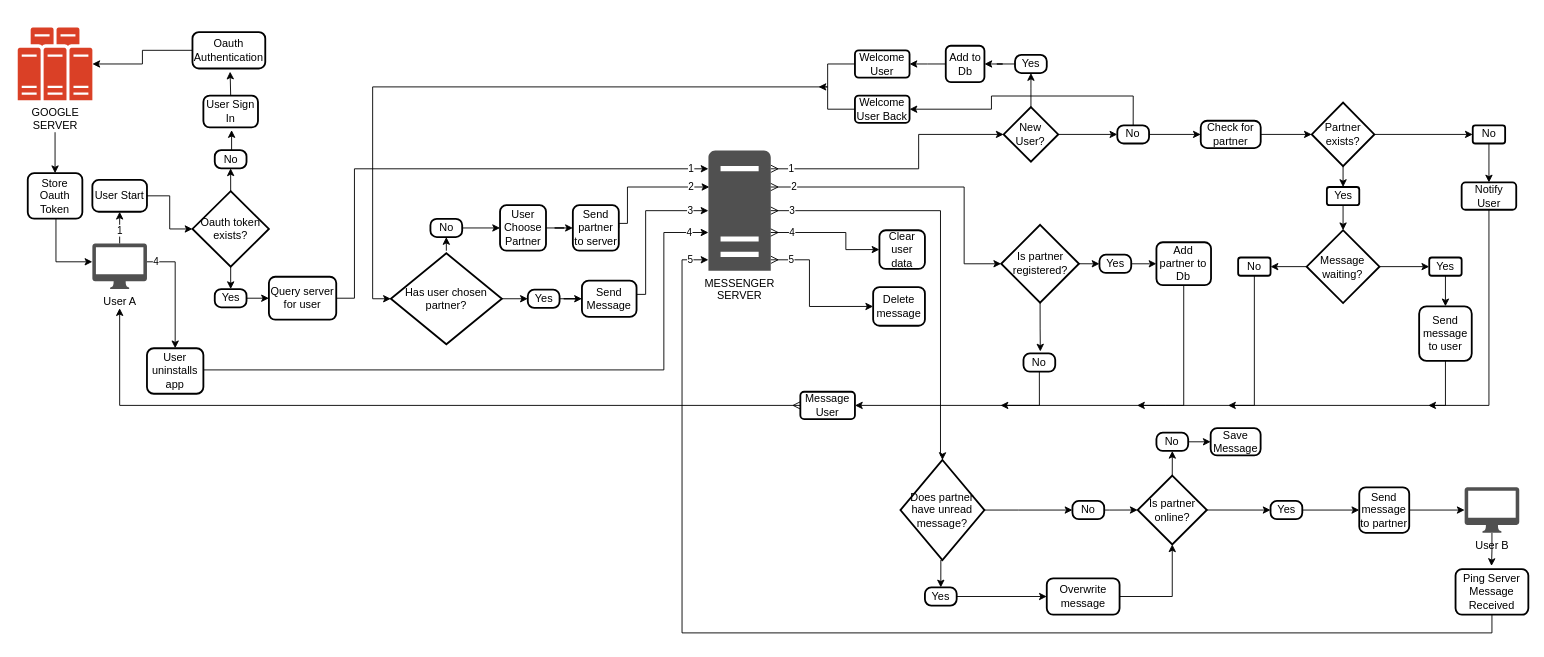
Before: mini_messenger_flowchart.drawio in gitupwithit/mini_messenger_extension, a draw.io diagram. Source tidied: cells renumbered, new cells numbered last; positions are measured from the earlier drawing's top-left corner, leaving out a move shared by most shapes. Both pictures are drawn from the tidied source at 91%, with x=0, y=0 at pixel (17, 27).
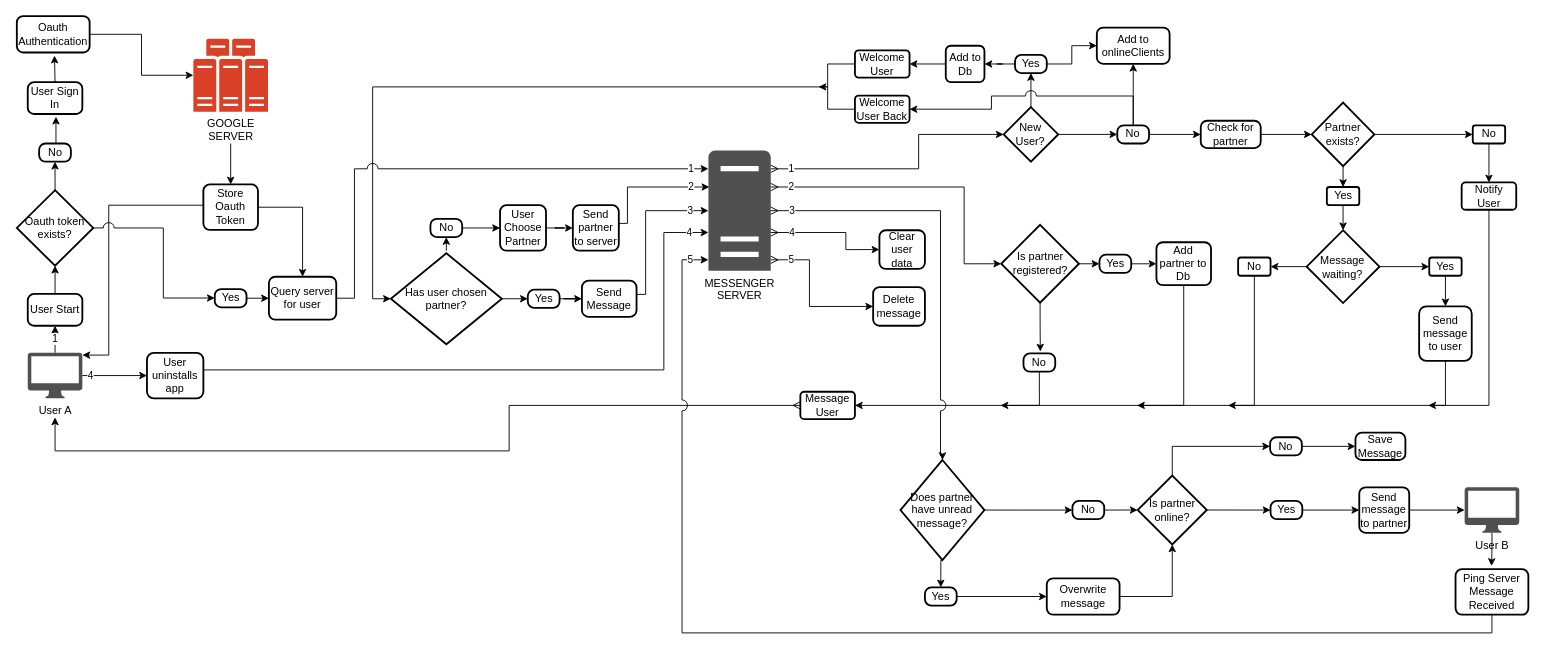
Above is the later version.

The change refers to these unchanged cells:
```xml
<mxCell id="8" value="MESSENGER&lt;br&gt;SERVER" style="sketch=0;shadow=0;dashed=0;html=1;strokeColor=none;fillColor=#505050;labelPosition=center;verticalLabelPosition=bottom;verticalAlign=top;outlineConnect=0;align=center;shape=mxgraph.office.servers.server_generic;points=[[0.11,0.94,0,0,0],[0.5,1,0,0,34],[1,1,0,2,3]];" parent="1" vertex="1">
  <mxGeometry x="759" y="135" width="68.5" height="132" as="geometry" />
</mxCell>
<mxCell id="17" value="Yes" style="rounded=1;whiteSpace=wrap;html=1;absoluteArcSize=1;arcSize=14;strokeWidth=2;" parent="1" vertex="1">
  <mxGeometry x="1095.9" y="29.8" width="34.9" height="20" as="geometry" />
</mxCell>
<mxCell id="20" value="No" style="rounded=1;whiteSpace=wrap;html=1;absoluteArcSize=1;arcSize=14;strokeWidth=2;" parent="1" vertex="1">
  <mxGeometry x="1208.3" y="107.2" width="34.9" height="20" as="geometry" />
</mxCell>
<mxCell id="26" value="Welcome&lt;div&gt;User&lt;/div&gt;" style="whiteSpace=wrap;html=1;rounded=1;arcSize=14;strokeWidth=2;" parent="1" vertex="1">
  <mxGeometry x="920" y="24.8" width="60" height="30" as="geometry" />
</mxCell>
<mxCell id="46" value="Has user chosen partner?" style="strokeWidth=2;html=1;shape=mxgraph.flowchart.decision;whiteSpace=wrap;" parent="1" vertex="1">
  <mxGeometry x="410" y="247.8" width="122" height="100" as="geometry" />
</mxCell>
<mxCell id="56" value="&lt;span style=&quot;background-color: initial;&quot;&gt;Is partner registered?&lt;/span&gt;" style="strokeWidth=2;html=1;shape=mxgraph.flowchart.decision;whiteSpace=wrap;" parent="1" vertex="1">
  <mxGeometry x="1080.7" y="216.6" width="85.5" height="85.5" as="geometry" />
</mxCell>
<mxCell id="68" value="&lt;span style=&quot;background-color: initial;&quot;&gt;Is partner online?&lt;/span&gt;" style="strokeWidth=2;html=1;shape=mxgraph.flowchart.decision;whiteSpace=wrap;" parent="1" vertex="1">
  <mxGeometry x="1230.7" y="492.2" width="76" height="75.5" as="geometry" />
</mxCell>
<mxCell id="82" value="&lt;span style=&quot;background-color: initial;&quot;&gt;Does partner have unread message?&lt;/span&gt;" style="strokeWidth=2;html=1;shape=mxgraph.flowchart.decision;whiteSpace=wrap;" parent="1" vertex="1">
  <mxGeometry x="970" y="475" width="92.3" height="110" as="geometry" />
</mxCell>
<mxCell id="87" value="Message User" style="whiteSpace=wrap;html=1;rounded=1;arcSize=14;strokeWidth=2;" parent="1" vertex="1">
  <mxGeometry x="860" y="400" width="60" height="30" as="geometry" />
</mxCell>
<mxCell id="98" value="Ping Server Message Received" style="rounded=1;whiteSpace=wrap;html=1;absoluteArcSize=1;arcSize=14;strokeWidth=2;" parent="1" vertex="1">
  <mxGeometry x="1580" y="595" width="80" height="50" as="geometry" />
</mxCell>
<mxCell id="104" value="Yes" style="rounded=1;whiteSpace=wrap;html=1;absoluteArcSize=1;arcSize=14;strokeWidth=2;" parent="1" vertex="1">
  <mxGeometry x="216.5" y="287.2" width="34.9" height="20" as="geometry" />
</mxCell>
<mxCell id="112" value="Query server for user" style="rounded=1;whiteSpace=wrap;html=1;absoluteArcSize=1;arcSize=14;strokeWidth=2;" parent="1" vertex="1">
  <mxGeometry x="276" y="273.6" width="74" height="47.2" as="geometry" />
</mxCell>
<mxCell id="114" value="Welcome&lt;div&gt;User Back&lt;/div&gt;" style="whiteSpace=wrap;html=1;rounded=1;arcSize=14;strokeWidth=2;" parent="1" vertex="1">
  <mxGeometry x="920" y="74.5" width="60" height="30" as="geometry" />
</mxCell>
```

Diff of the diagram source:
```diff
@@
-    <mxCell id="2" value="1" style="edgeStyle=orthogonalEdgeStyle;rounded=0;jettySize=auto;html=1;entryX=0.5;entryY=1;entryDx=0;entryDy=0;" parent="1" edge="1" source="4" target="5">
-      <mxGeometry x="-0.2" relative="1" as="geometry">
-        <Array as="points">
-          <mxPoint x="112" y="217.2" />
-          <mxPoint x="112" y="217.2" />
-        </Array>
-      </mxGeometry>
+    <mxCell id="2" value="&lt;div&gt;1&lt;/div&gt;" style="edgeStyle=orthogonalEdgeStyle;rounded=0;jettySize=auto;html=1;entryX=0.5;entryY=1;entryDx=0;entryDy=0;" parent="1" edge="1" source="4" target="5">
+      <mxGeometry relative="1" as="geometry" />
     </mxCell>
-    <mxCell id="3" value="4" style="edgeStyle=orthogonalEdgeStyle;rounded=0;jettySize=auto;html=1;entryX=0.5;entryY=0;entryDx=0;entryDy=0;" parent="1" edge="1" source="4" target="92">
-      <mxGeometry x="-0.84" relative="1" as="geometry">
-        <Array as="points">
-          <mxPoint x="173" y="257.2" />
-        </Array>
-      </mxGeometry>
+    <mxCell id="3" value="4" style="edgeStyle=orthogonalEdgeStyle;rounded=0;jettySize=auto;html=1;entryX=0;entryY=0.5;entryDx=0;entryDy=0;" parent="1" edge="1" source="4" target="92">
+      <mxGeometry x="-0.75" relative="1" as="geometry" />
     </mxCell>
     <mxCell id="4" value="User A" style="sketch=0;shadow=0;dashed=0;html=1;strokeColor=none;fillColor=#505050;labelPosition=center;verticalLabelPosition=bottom;verticalAlign=top;outlineConnect=0;align=center;shape=mxgraph.office.devices.mac_client;points=[[0.02,0.06,0,0,0],[0.5,1,0,0,21]];" parent="1" vertex="1">
-      <mxGeometry x="82" y="237.2" width="60" height="50" as="geometry" />
+      <mxGeometry x="11" y="357.2" width="60" height="50" as="geometry" />
     </mxCell>
     <mxCell id="5" value="User Start" style="rounded=1;whiteSpace=wrap;html=1;absoluteArcSize=1;arcSize=14;strokeWidth=2;" parent="1" vertex="1">
-      <mxGeometry x="82" y="167.2" width="60" height="35" as="geometry" />
+      <mxGeometry x="11" y="292.5" width="60" height="35" as="geometry" />
     </mxCell>
@@
     <mxCell id="10" value="GOOGLE&lt;br&gt;SERVER" style="sketch=0;shadow=0;dashed=0;html=1;strokeColor=none;fillColor=#505050;labelPosition=center;verticalLabelPosition=bottom;verticalAlign=top;outlineConnect=0;align=center;shape=mxgraph.office.servers.server_farm;fillColor=#DA4026;points=[[0,0.84,0,-3,0],[0.5,1,0,0,35]];" parent="1" vertex="1">
-      <mxGeometry y="-0.2" width="82" height="80" as="geometry" />
+      <mxGeometry x="193" y="12.2" width="82" height="80" as="geometry" />
     </mxCell>
     <mxCell id="11" value="Oauth&lt;div&gt;&lt;span style=&quot;background-color: initial;&quot;&gt;Authentication&lt;/span&gt;&lt;/div&gt;" style="rounded=1;whiteSpace=wrap;html=1;absoluteArcSize=1;arcSize=14;strokeWidth=2;" parent="1" vertex="1">
-      <mxGeometry x="192" y="4.8" width="80" height="40" as="geometry" />
+      <mxGeometry x="-1" y="-12.8" width="80" height="40" as="geometry" />
     </mxCell>
-    <mxCell id="12" style="edgeStyle=orthogonalEdgeStyle;rounded=0;jettySize=auto;html=1;exitX=0.5;exitY=0;exitDx=0;exitDy=0;" parent="1" edge="1" source="13" target="4">
+    <mxCell id="12" style="edgeStyle=orthogonalEdgeStyle;rounded=0;jettySize=auto;html=1;exitX=1;exitY=0.5;exitDx=0;exitDy=0;entryX=0.5;entryY=0;entryDx=0;entryDy=0;" parent="1" edge="1" source="13" target="112">
       <mxGeometry relative="1" as="geometry">
         <Array as="points">
-          <mxPoint x="42" y="257.2" />
+          <mxPoint x="313" y="197" />
         </Array>
       </mxGeometry>
     </mxCell>
+    <mxCell id="115" style="edgeStyle=orthogonalEdgeStyle;rounded=0;orthogonalLoop=1;jettySize=auto;html=1;exitX=0;exitY=0.5;exitDx=0;exitDy=0;jumpStyle=arc;jumpSize=12;flowAnimation=1;" parent="1" edge="1">
+      <mxGeometry relative="1" as="geometry">
+        <mxPoint x="204" y="175" as="sourcePoint" />
+        <mxPoint x="71" y="359.7" as="targetPoint" />
+        <Array as="points">
+          <mxPoint x="204" y="195" />
+          <mxPoint x="100" y="195" />
+          <mxPoint x="100" y="360" />
+        </Array>
+      </mxGeometry>
+    </mxCell>
     <mxCell id="13" value="Store&lt;div&gt;Oauth&lt;/div&gt;&lt;div&gt;Token&lt;/div&gt;" style="rounded=1;whiteSpace=wrap;html=1;absoluteArcSize=1;arcSize=14;strokeWidth=2;" parent="1" vertex="1">
-      <mxGeometry x="11" y="159.8" width="60" height="50" as="geometry" />
+      <mxGeometry x="204" y="172.2" width="60" height="50" as="geometry" />
     </mxCell>
@@
+    <mxCell id="116" style="edgeStyle=orthogonalEdgeStyle;rounded=0;jettySize=auto;html=1;exitX=1;exitY=0.5;exitDx=0;exitDy=0;entryX=0;entryY=0.5;entryDx=0;entryDy=0;" parent="1" edge="1" source="17" target="118">
+      <mxGeometry relative="1" as="geometry" />
+    </mxCell>
@@
-    <mxCell id="19" style="edgeStyle=orthogonalEdgeStyle;rounded=0;jettySize=auto;html=1;exitX=0.5;exitY=0;exitDx=0;exitDy=0;entryX=1;entryY=0.5;entryDx=0;entryDy=0;" parent="1" edge="1" source="20" target="114">
+    <mxCell id="19" style="edgeStyle=orthogonalEdgeStyle;rounded=0;jettySize=auto;html=1;exitX=0.5;exitY=0;exitDx=0;exitDy=0;entryX=1;entryY=0.5;entryDx=0;entryDy=0;jumpStyle=arc;jumpSize=12;" parent="1" edge="1" source="20" target="114">
       <mxGeometry relative="1" as="geometry">
         <Array as="points">
           <mxPoint x="1226" y="75" />
           <mxPoint x="1070" y="75" />
           <mxPoint x="1070" y="90" />
         </Array>
       </mxGeometry>
     </mxCell>
+    <mxCell id="117" style="edgeStyle=orthogonalEdgeStyle;rounded=0;jettySize=auto;html=1;entryX=0.5;entryY=1;entryDx=0;entryDy=0;" parent="1" edge="1" source="20" target="118">
+      <mxGeometry relative="1" as="geometry" />
+    </mxCell>
@@
     <mxCell id="24" style="edgeStyle=orthogonalEdgeStyle;rounded=0;jettySize=auto;html=1;exitX=0;exitY=0.5;exitDx=0;exitDy=0;entryX=0.5;entryY=1;entryDx=0;entryDy=21;entryPerimeter=0;startArrow=ERmany;startFill=0;flowAnimation=1;" parent="1" edge="1" source="87" target="4">
       <mxGeometry relative="1" as="geometry">
         <Array as="points">
-          <mxPoint x="112" y="415" />
+          <mxPoint x="540" y="415" />
+          <mxPoint x="540" y="465" />
+          <mxPoint x="41" y="465" />
         </Array>
       </mxGeometry>
     </mxCell>
-    <mxCell id="25" style="edgeStyle=orthogonalEdgeStyle;rounded=0;jettySize=auto;html=1;flowAnimation=1;entryX=0;entryY=0.5;entryDx=0;entryDy=0;entryPerimeter=0;exitX=0;exitY=0.5;exitDx=0;exitDy=0;" parent="1" edge="1" source="26" target="46">
+    <mxCell id="25" style="edgeStyle=orthogonalEdgeStyle;rounded=0;jettySize=auto;html=1;flowAnimation=1;entryX=0;entryY=0.5;entryDx=0;entryDy=0;entryPerimeter=0;exitX=0;exitY=0.5;exitDx=0;exitDy=0;jumpStyle=arc;jumpSize=12;" parent="1" edge="1" source="26" target="46">
       <mxGeometry relative="1" as="geometry">
         <Array as="points">
           <mxPoint x="890" y="40" />
           <mxPoint x="890" y="65" />
           <mxPoint x="390" y="65" />
           <mxPoint x="390" y="298" />
           <mxPoint x="410" y="298" />
         </Array>
       </mxGeometry>
     </mxCell>
@@
     <mxCell id="57" value="2" style="edgeStyle=orthogonalEdgeStyle;rounded=0;jettySize=auto;html=1;entryX=0;entryY=0.5;entryDx=0;entryDy=0;entryPerimeter=0;startArrow=ERmany;startFill=0;" parent="1" edge="1" source="8" target="56">
-      <mxGeometry x="-0.85" relative="1" as="geometry">
+      <mxGeometry x="-0.87" relative="1" as="geometry">
         <Array as="points">
           <mxPoint x="1040" y="175" />
           <mxPoint x="1040" y="259" />
           <mxPoint x="1081" y="259" />
         </Array>
       </mxGeometry>
     </mxCell>
@@
-    <mxCell id="67" style="edgeStyle=orthogonalEdgeStyle;rounded=0;jettySize=auto;html=1;exitX=0.5;exitY=0;exitDx=0;exitDy=0;exitPerimeter=0;entryX=0.5;entryY=1;entryDx=0;entryDy=0;" parent="1" edge="1" source="68" target="72">
+    <mxCell id="67" style="edgeStyle=orthogonalEdgeStyle;rounded=0;jettySize=auto;html=1;exitX=0.5;exitY=0;exitDx=0;exitDy=0;exitPerimeter=0;entryX=0;entryY=0.5;entryDx=0;entryDy=0;" parent="1" edge="1" source="68" target="72">
       <mxGeometry relative="1" as="geometry" />
     </mxCell>
@@
     <mxCell id="72" value="No" style="rounded=1;whiteSpace=wrap;html=1;absoluteArcSize=1;arcSize=14;strokeWidth=2;" parent="1" vertex="1">
-      <mxGeometry x="1251.3" y="445" width="34.9" height="20" as="geometry" />
+      <mxGeometry x="1376.2" y="450" width="34.9" height="20" as="geometry" />
     </mxCell>
@@
-    <mxCell id="74" value="3" style="edgeStyle=orthogonalEdgeStyle;rounded=0;jettySize=auto;html=1;entryX=0.5;entryY=0;entryDx=0;entryDy=0;entryPerimeter=0;startArrow=ERmany;startFill=0;" parent="1" edge="1" source="8" target="82">
+    <mxCell id="74" value="3" style="edgeStyle=orthogonalEdgeStyle;rounded=0;jettySize=auto;html=1;entryX=0.5;entryY=0;entryDx=0;entryDy=0;entryPerimeter=0;startArrow=ERmany;startFill=0;jumpStyle=arc;jumpSize=12;" parent="1" edge="1" source="8" target="82">
       <mxGeometry x="-0.9" relative="1" as="geometry">
         <Array as="points">
           <mxPoint x="1014" y="201" />
           <mxPoint x="1014" y="470" />
         </Array>
       </mxGeometry>
     </mxCell>
@@
     <mxCell id="79" value="Save Message" style="rounded=1;whiteSpace=wrap;html=1;absoluteArcSize=1;arcSize=14;strokeWidth=2;" parent="1" vertex="1">
-      <mxGeometry x="1310.9" y="440" width="54.9" height="30" as="geometry" />
+      <mxGeometry x="1470" y="445" width="54.9" height="30" as="geometry" />
     </mxCell>
@@
     <mxCell id="92" value="User uninstalls app" style="rounded=1;whiteSpace=wrap;html=1;absoluteArcSize=1;arcSize=15;strokeWidth=2;" parent="1" vertex="1">
-      <mxGeometry x="142" y="352.2" width="62" height="50" as="geometry" />
+      <mxGeometry x="142" y="357.2" width="62" height="50" as="geometry" />
     </mxCell>
@@
-    <mxCell id="97" value="5" style="edgeStyle=orthogonalEdgeStyle;rounded=0;jettySize=auto;html=1;exitX=0.5;exitY=1;exitDx=0;exitDy=0;" parent="1" edge="1" source="98" target="8">
+    <mxCell id="97" value="5" style="edgeStyle=orthogonalEdgeStyle;rounded=0;jettySize=auto;html=1;exitX=0.5;exitY=1;exitDx=0;exitDy=0;jumpStyle=arc;jumpSize=12;" parent="1" edge="1" source="98" target="8">
       <mxGeometry x="0.97" relative="1" as="geometry">
         <Array as="points">
           <mxPoint x="1620" y="665" />
           <mxPoint x="730" y="665" />
           <mxPoint x="730" y="255" />
         </Array>
       </mxGeometry>
     </mxCell>
@@
-    <mxCell id="101" style="edgeStyle=orthogonalEdgeStyle;rounded=0;jettySize=auto;html=1;exitX=0.5;exitY=1;exitDx=0;exitDy=0;exitPerimeter=0;" parent="1" edge="1" source="102" target="104">
-      <mxGeometry relative="1" as="geometry" />
+    <mxCell id="101" style="edgeStyle=orthogonalEdgeStyle;rounded=0;jettySize=auto;html=1;exitX=1;exitY=0.5;exitDx=0;exitDy=0;exitPerimeter=0;jumpStyle=arc;jumpSize=12;" parent="1" edge="1" source="102" target="104">
+      <mxGeometry relative="1" as="geometry">
+        <Array as="points">
+          <mxPoint x="160" y="220" />
+          <mxPoint x="160" y="297" />
+        </Array>
+      </mxGeometry>
     </mxCell>
     <mxCell id="102" value="Oauth token exists?" style="strokeWidth=2;html=1;shape=mxgraph.flowchart.decision;whiteSpace=wrap;" parent="1" vertex="1">
-      <mxGeometry x="192" y="179.6" width="84" height="83" as="geometry" />
+      <mxGeometry x="-1" y="178.5" width="84" height="83" as="geometry" />
     </mxCell>
@@
     <mxCell id="105" value="No" style="rounded=1;whiteSpace=wrap;html=1;absoluteArcSize=1;arcSize=14;strokeWidth=2;" parent="1" vertex="1">
-      <mxGeometry x="216.5" y="134.5" width="34.9" height="20" as="geometry" />
+      <mxGeometry x="23.5" y="127.2" width="34.9" height="20" as="geometry" />
     </mxCell>
-    <mxCell id="106" style="edgeStyle=orthogonalEdgeStyle;rounded=0;jettySize=auto;html=1;exitX=1;exitY=0.5;exitDx=0;exitDy=0;entryX=0;entryY=0.5;entryDx=0;entryDy=0;entryPerimeter=0;" parent="1" edge="1" source="5" target="102">
+    <mxCell id="106" style="edgeStyle=orthogonalEdgeStyle;rounded=0;jettySize=auto;html=1;exitX=0.5;exitY=0;exitDx=0;exitDy=0;entryX=0.5;entryY=1;entryDx=0;entryDy=0;entryPerimeter=0;" parent="1" edge="1" source="5" target="102">
       <mxGeometry relative="1" as="geometry" />
     </mxCell>
@@
-    <mxCell id="108" style="edgeStyle=orthogonalEdgeStyle;rounded=0;jettySize=auto;html=1;exitX=0;exitY=0.5;exitDx=0;exitDy=0;" parent="1" edge="1" source="11" target="10">
+    <mxCell id="108" style="edgeStyle=orthogonalEdgeStyle;rounded=0;jettySize=auto;html=1;exitX=1;exitY=0.5;exitDx=0;exitDy=0;" parent="1" edge="1" source="11" target="10">
       <mxGeometry relative="1" as="geometry" />
     </mxCell>
@@
     <mxCell id="110" value="User Sign In" style="rounded=1;whiteSpace=wrap;html=1;absoluteArcSize=1;arcSize=14;strokeWidth=2;" parent="1" vertex="1">
-      <mxGeometry x="204" y="74.5" width="60" height="35" as="geometry" />
+      <mxGeometry x="11" y="59.8" width="60" height="35" as="geometry" />
     </mxCell>
-    <mxCell id="111" value="1" style="edgeStyle=orthogonalEdgeStyle;rounded=0;jettySize=auto;html=1;exitX=1;exitY=0.5;exitDx=0;exitDy=0;" parent="1" edge="1" source="112" target="8">
+    <mxCell id="111" value="1" style="edgeStyle=orthogonalEdgeStyle;rounded=0;jettySize=auto;html=1;exitX=1;exitY=0.5;exitDx=0;exitDy=0;jumpStyle=arc;jumpSize=12;" parent="1" edge="1" source="112" target="8">
       <mxGeometry x="0.93" relative="1" as="geometry">
         <Array as="points">
           <mxPoint x="370" y="297" />
           <mxPoint x="370" y="155" />
         </Array>
       </mxGeometry>
     </mxCell>
@@
+    <mxCell id="118" value="Add to onlineClients" style="rounded=1;whiteSpace=wrap;html=1;absoluteArcSize=1;arcSize=14;strokeWidth=2;" parent="1" vertex="1">
+      <mxGeometry x="1185.8" y="-0.2" width="80" height="39.8" as="geometry" />
+    </mxCell>
```
